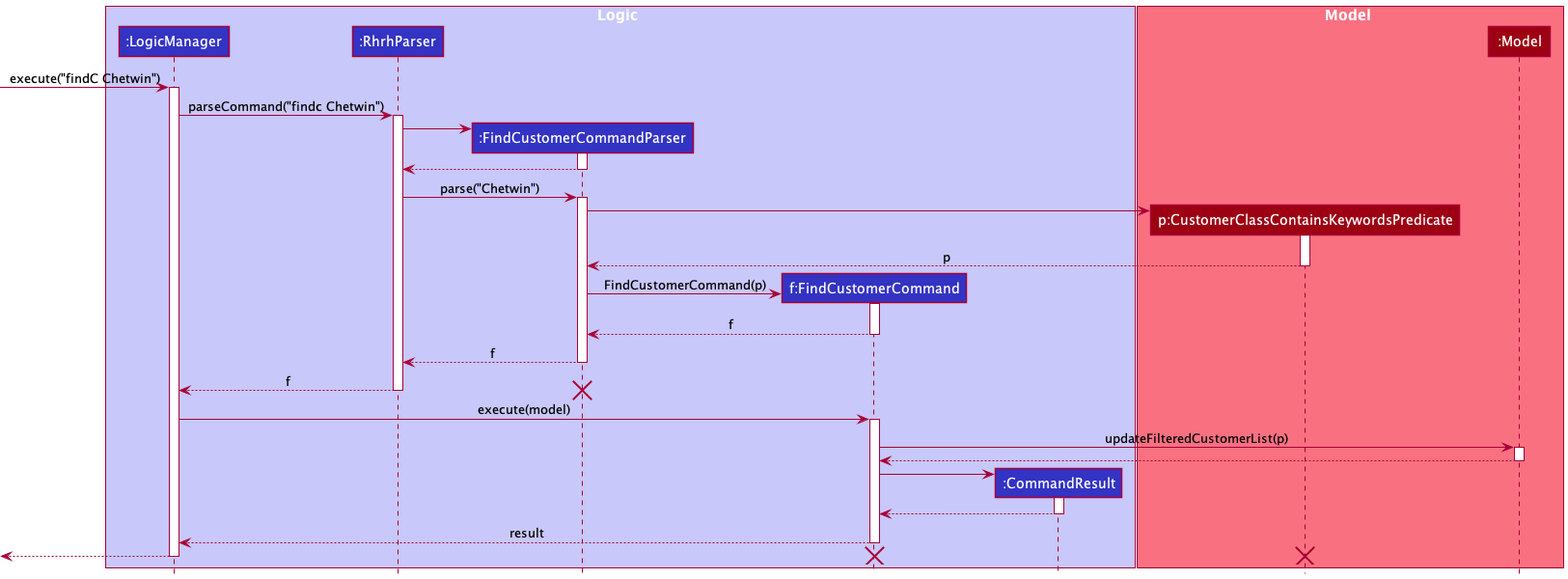
nus-cs2103-AY2122S1/tp keeps this PlantUML diagram as docs/images/FindCustomerCommandSequenceDiagram.png. Above is the earlier version. The source it was exported from:
```plantuml
@startuml
!include style.puml

box Logic LOGIC_COLOR_T1
participant ":LogicManager" as LogicManager LOGIC_COLOR
participant ":RhrhParser" as RhrhParser LOGIC_COLOR
participant ":FindCustomerCommandParser" as FindCustomerCommandParser LOGIC_COLOR
participant "f:FindCustomerCommand" as FindCustomerCommand LOGIC_COLOR
participant ":CommandResult" as CommandResult LOGIC_COLOR
end box

box Model MODEL_COLOR_T1
participant "p:CustomerClassContainsKeywordsPredicate" as CustomerClassContainsKeywordsPredicate MODEL_COLOR
participant ":Model" as Model MODEL_COLOR
end box

[-> LogicManager : execute("findC Chetwin")
activate LogicManager

LogicManager -> RhrhParser : parseCommand("findc Chetwin")
activate RhrhParser

create FindCustomerCommandParser
RhrhParser -> FindCustomerCommandParser
activate FindCustomerCommandParser

RhrhParser <-- FindCustomerCommandParser
deactivate FindCustomerCommandParser

RhrhParser -> FindCustomerCommandParser : parse("Chetwin")
activate FindCustomerCommandParser

create CustomerClassContainsKeywordsPredicate
FindCustomerCommandParser -> CustomerClassContainsKeywordsPredicate
activate CustomerClassContainsKeywordsPredicate

CustomerClassContainsKeywordsPredicate --> FindCustomerCommandParser : p
deactivate CustomerClassContainsKeywordsPredicate

create FindCustomerCommand
FindCustomerCommandParser -> FindCustomerCommand : FindCustomerCommand(p)
activate FindCustomerCommand

FindCustomerCommandParser <-- FindCustomerCommand : f
deactivate FindCustomerCommand

FindCustomerCommandParser --> RhrhParser : f
deactivate FindCustomerCommandParser

RhrhParser --> LogicManager : f
deactivate RhrhParser
destroy FindCustomerCommandParser

LogicManager -> FindCustomerCommand : execute(model)
activate FindCustomerCommand

FindCustomerCommand -> Model : updateFilteredCustomerList(p)
activate Model
FindCustomerCommand <-- Model
deactivate Model

create CommandResult
FindCustomerCommand -> CommandResult
activate CommandResult

CommandResult --> FindCustomerCommand
deactivate CommandResult

FindCustomerCommand --> LogicManager : result
deactivate FindCustomerCommand

[<--LogicManager
deactivate LogicManager
destroy FindCustomerCommand
destroy CustomerClassContainsKeywordsPredicate
@enduml
```
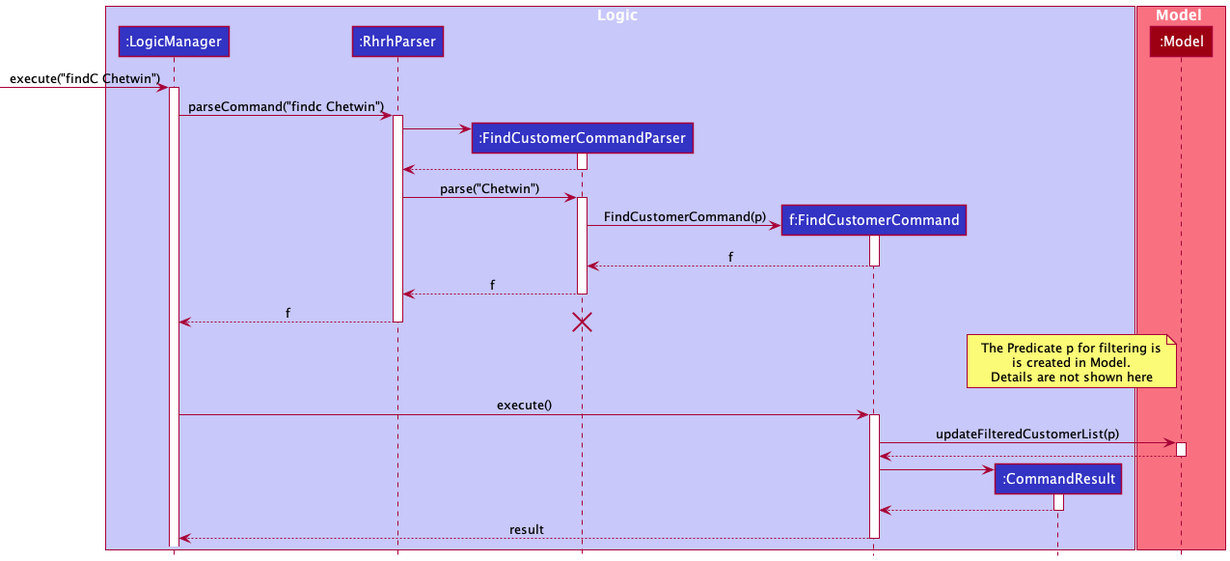
Later version of the same file.

Commit message:
Updated FindCommand diagrams

What changed in the source:
```diff
@@ -10,7 +10,6 @@
 end box
 
 box Model MODEL_COLOR_T1
-participant "p:CustomerClassContainsKeywordsPredicate" as CustomerClassContainsKeywordsPredicate MODEL_COLOR
 participant ":Model" as Model MODEL_COLOR
 end box
 
@@ -30,13 +29,6 @@
 RhrhParser -> FindCustomerCommandParser : parse("Chetwin")
 activate FindCustomerCommandParser
 
-create CustomerClassContainsKeywordsPredicate
-FindCustomerCommandParser -> CustomerClassContainsKeywordsPredicate
-activate CustomerClassContainsKeywordsPredicate
-
-CustomerClassContainsKeywordsPredicate --> FindCustomerCommandParser : p
-deactivate CustomerClassContainsKeywordsPredicate
-
 create FindCustomerCommand
 FindCustomerCommandParser -> FindCustomerCommand : FindCustomerCommand(p)
 activate FindCustomerCommand
@@ -51,13 +43,18 @@
 deactivate RhrhParser
 destroy FindCustomerCommandParser
 
-LogicManager -> FindCustomerCommand : execute(model)
+
+note left of Model : The Predicate p for filtering is\nis created in Model.\nDetails are not shown here
+
+
+LogicManager -> FindCustomerCommand : execute()
 activate FindCustomerCommand
 
 FindCustomerCommand -> Model : updateFilteredCustomerList(p)
 activate Model
 FindCustomerCommand <-- Model
 deactivate Model
+
 
 create CommandResult
 FindCustomerCommand -> CommandResult
@@ -68,9 +65,4 @@
 
 FindCustomerCommand --> LogicManager : result
 deactivate FindCustomerCommand
-
-[<--LogicManager
-deactivate LogicManager
-destroy FindCustomerCommand
-destroy CustomerClassContainsKeywordsPredicate
 @enduml
```
